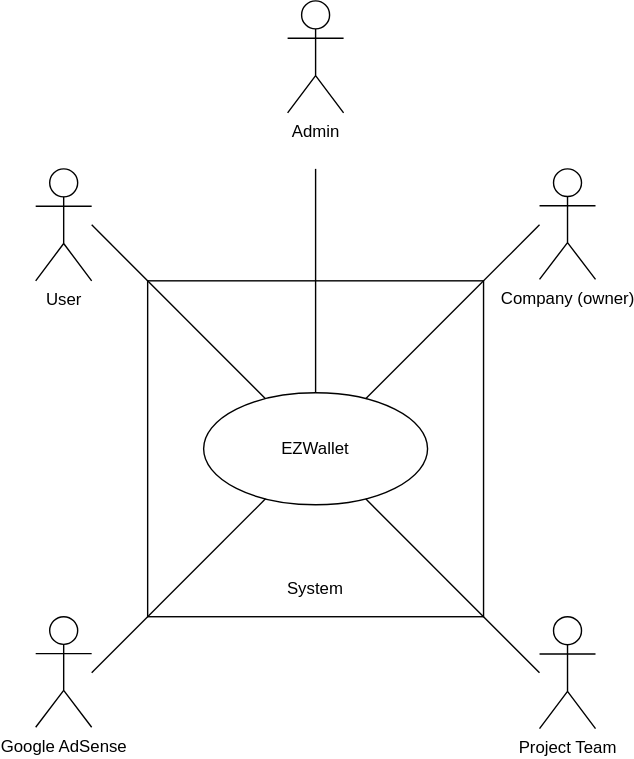
Earlier version of the draw.io export diagrams/ContextDiagramV2.svg (pucciorenzo/softengTesting). Source tidied: cells renumbered, new cells last; positions are measured from the earlier drawing's top-left corner, leaving out a move shared by most shapes. Source of this version:
```xml
<mxGraphModel>
  <root>
    <mxCell id="0" />
    <mxCell id="1" parent="0" />
    <mxCell id="2" style="rounded=0;whiteSpace=wrap;html=1;" parent="1" vertex="1">
      <mxGeometry x="80" y="200" width="240" height="240" as="geometry" />
    </mxCell>
    <mxCell id="3" value="EZWallet" style="ellipse;whiteSpace=wrap;html=1;" parent="1" vertex="1">
      <mxGeometry x="120" y="280" width="160" height="80" as="geometry" />
    </mxCell>
    <mxCell id="4" value="User" style="shape=umlActor;verticalLabelPosition=bottom;verticalAlign=top;html=1;outlineConnect=0;" parent="1" vertex="1">
      <mxGeometry y="120" width="40" height="80" as="geometry" />
    </mxCell>
    <mxCell id="5" value="Project Team" style="shape=umlActor;verticalLabelPosition=bottom;verticalAlign=top;html=1;outlineConnect=0;" parent="1" vertex="1">
      <mxGeometry x="360" y="440" width="40" height="80" as="geometry" />
    </mxCell>
    <mxCell id="6" value="Company (owner)" style="shape=umlActor;verticalLabelPosition=bottom;verticalAlign=top;html=1;outlineConnect=0;direction=east;" parent="1" vertex="1">
      <mxGeometry x="360" y="120" width="40" height="79" as="geometry" />
    </mxCell>
    <mxCell id="7" value="System" style="text;html=1;strokeColor=none;fillColor=none;align=center;verticalAlign=middle;whiteSpace=wrap;rounded=0;" parent="1" vertex="1">
      <mxGeometry x="120" y="399" width="160" height="41" as="geometry" />
    </mxCell>
    <mxCell id="8" style="endArrow=none;html=1;rounded=0;" parent="1" edge="1" source="3">
      <mxGeometry relative="1" as="geometry">
        <mxPoint x="40" y="160" as="targetPoint" />
      </mxGeometry>
    </mxCell>
    <mxCell id="9" style="endArrow=none;html=1;rounded=0;" parent="1" edge="1" source="3">
      <mxGeometry relative="1" as="geometry">
        <mxPoint x="360" y="160" as="targetPoint" />
      </mxGeometry>
    </mxCell>
    <mxCell id="10" style="endArrow=none;html=1;rounded=0;" parent="1" edge="1" source="3">
      <mxGeometry relative="1" as="geometry">
        <mxPoint x="360" y="480" as="targetPoint" />
      </mxGeometry>
    </mxCell>
    <mxCell id="11" value="Google AdSense" style="shape=umlActor;verticalLabelPosition=bottom;verticalAlign=top;html=1;outlineConnect=0;" parent="1" vertex="1">
      <mxGeometry y="440" width="40" height="79" as="geometry" />
    </mxCell>
    <mxCell id="12" style="endArrow=none;html=1;rounded=0;" parent="1" edge="1" source="3">
      <mxGeometry relative="1" as="geometry">
        <mxPoint x="40" y="480" as="targetPoint" />
      </mxGeometry>
    </mxCell>
    <mxCell id="13" value="Admin" style="shape=umlActor;verticalLabelPosition=bottom;verticalAlign=top;html=1;outlineConnect=0;" parent="1" vertex="1">
      <mxGeometry x="180" width="40" height="80" as="geometry" />
    </mxCell>
    <mxCell id="14" style="endArrow=none;html=1;rounded=0;" parent="1" edge="1" source="3">
      <mxGeometry relative="1" as="geometry">
        <mxPoint x="200" y="120" as="targetPoint" />
      </mxGeometry>
    </mxCell>
  </root>
</mxGraphModel>
```
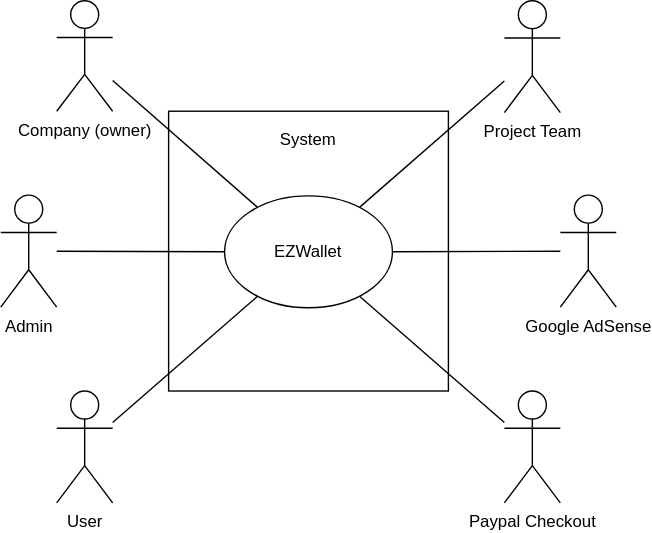
After the commit.

Commit message:
added paypal checkout, update context diagram and interface

Diff of the diagram source:
```diff
@@ -3,53 +3,49 @@
     <mxCell id="0" />
     <mxCell id="1" parent="0" />
     <mxCell id="2" style="rounded=0;whiteSpace=wrap;html=1;" parent="1" vertex="1">
-      <mxGeometry x="80" y="200" width="240" height="240" as="geometry" />
+      <mxGeometry x="80" y="200" width="200" height="200" as="geometry" />
     </mxCell>
     <mxCell id="3" value="EZWallet" style="ellipse;whiteSpace=wrap;html=1;" parent="1" vertex="1">
-      <mxGeometry x="120" y="280" width="160" height="80" as="geometry" />
+      <mxGeometry x="120" y="260.5" width="120" height="80" as="geometry" />
     </mxCell>
     <mxCell id="4" value="User" style="shape=umlActor;verticalLabelPosition=bottom;verticalAlign=top;html=1;outlineConnect=0;" parent="1" vertex="1">
-      <mxGeometry y="120" width="40" height="80" as="geometry" />
+      <mxGeometry y="400" width="40" height="80" as="geometry" />
     </mxCell>
     <mxCell id="5" value="Project Team" style="shape=umlActor;verticalLabelPosition=bottom;verticalAlign=top;html=1;outlineConnect=0;" parent="1" vertex="1">
-      <mxGeometry x="360" y="440" width="40" height="80" as="geometry" />
+      <mxGeometry x="320" y="121" width="40" height="80" as="geometry" />
     </mxCell>
-    <mxCell id="6" value="Company (owner)" style="shape=umlActor;verticalLabelPosition=bottom;verticalAlign=top;html=1;outlineConnect=0;direction=east;" parent="1" vertex="1">
-      <mxGeometry x="360" y="120" width="40" height="79" as="geometry" />
+    <mxCell id="6" value="Company (owner)" style="shape=umlActor;verticalLabelPosition=bottom;verticalAlign=top;html=1;outlineConnect=0;" parent="1" vertex="1">
+      <mxGeometry y="121" width="40" height="79" as="geometry" />
     </mxCell>
     <mxCell id="7" value="System" style="text;html=1;strokeColor=none;fillColor=none;align=center;verticalAlign=middle;whiteSpace=wrap;rounded=0;" parent="1" vertex="1">
-      <mxGeometry x="120" y="399" width="160" height="41" as="geometry" />
+      <mxGeometry x="140" y="200" width="80" height="41" as="geometry" />
     </mxCell>
-    <mxCell id="8" style="endArrow=none;html=1;rounded=0;" parent="1" edge="1" source="3">
-      <mxGeometry relative="1" as="geometry">
-        <mxPoint x="40" y="160" as="targetPoint" />
-      </mxGeometry>
+    <mxCell id="8" style="endArrow=none;html=1;rounded=0;" parent="1" edge="1" source="3" target="4">
+      <mxGeometry relative="1" as="geometry" />
     </mxCell>
-    <mxCell id="9" style="endArrow=none;html=1;rounded=0;" parent="1" edge="1" source="3">
-      <mxGeometry relative="1" as="geometry">
-        <mxPoint x="360" y="160" as="targetPoint" />
-      </mxGeometry>
+    <mxCell id="9" style="endArrow=none;html=1;rounded=0;" parent="1" edge="1" source="3" target="6">
+      <mxGeometry relative="1" as="geometry" />
     </mxCell>
-    <mxCell id="10" style="endArrow=none;html=1;rounded=0;" parent="1" edge="1" source="3">
-      <mxGeometry relative="1" as="geometry">
-        <mxPoint x="360" y="480" as="targetPoint" />
-      </mxGeometry>
+    <mxCell id="10" style="endArrow=none;html=1;rounded=0;" parent="1" edge="1" source="3" target="5">
+      <mxGeometry relative="1" as="geometry" />
     </mxCell>
+    <mxCell id="13" value="Admin" style="shape=umlActor;verticalLabelPosition=bottom;verticalAlign=top;html=1;outlineConnect=0;" parent="1" vertex="1">
+      <mxGeometry x="-40" y="260" width="40" height="80" as="geometry" />
+    </mxCell>
     <mxCell id="11" value="Google AdSense" style="shape=umlActor;verticalLabelPosition=bottom;verticalAlign=top;html=1;outlineConnect=0;" parent="1" vertex="1">
-      <mxGeometry y="440" width="40" height="79" as="geometry" />
+      <mxGeometry x="360" y="260" width="40" height="80" as="geometry" />
     </mxCell>
-    <mxCell id="12" style="endArrow=none;html=1;rounded=0;" parent="1" edge="1" source="3">
-      <mxGeometry relative="1" as="geometry">
-        <mxPoint x="40" y="480" as="targetPoint" />
-      </mxGeometry>
-    </mxCell>
-    <mxCell id="13" value="Admin" style="shape=umlActor;verticalLabelPosition=bottom;verticalAlign=top;html=1;outlineConnect=0;" parent="1" vertex="1">
-      <mxGeometry x="180" width="40" height="80" as="geometry" />
-    </mxCell>
-    <mxCell id="14" style="endArrow=none;html=1;rounded=0;" parent="1" edge="1" source="3">
-      <mxGeometry relative="1" as="geometry">
-        <mxPoint x="200" y="120" as="targetPoint" />
-      </mxGeometry>
-    </mxCell>
+    <mxCell id="15" value="Paypal Checkout" style="shape=umlActor;verticalLabelPosition=bottom;verticalAlign=top;html=1;outlineConnect=0;" parent="1" vertex="1">
+      <mxGeometry x="320" y="400" width="40" height="80" as="geometry" />
+    </mxCell>
+    <mxCell id="16" style="endArrow=none;html=1;rounded=0;" parent="1" edge="1" source="13" target="3">
+      <mxGeometry relative="1" as="geometry" />
+    </mxCell>
+    <mxCell id="17" style="endArrow=none;html=1;rounded=0;" parent="1" edge="1" source="3" target="11">
+      <mxGeometry relative="1" as="geometry" />
+    </mxCell>
+    <mxCell id="18" style="endArrow=none;html=1;rounded=0;" parent="1" edge="1" source="3" target="15">
+      <mxGeometry relative="1" as="geometry" />
+    </mxCell>
   </root>
 </mxGraphModel>
```
